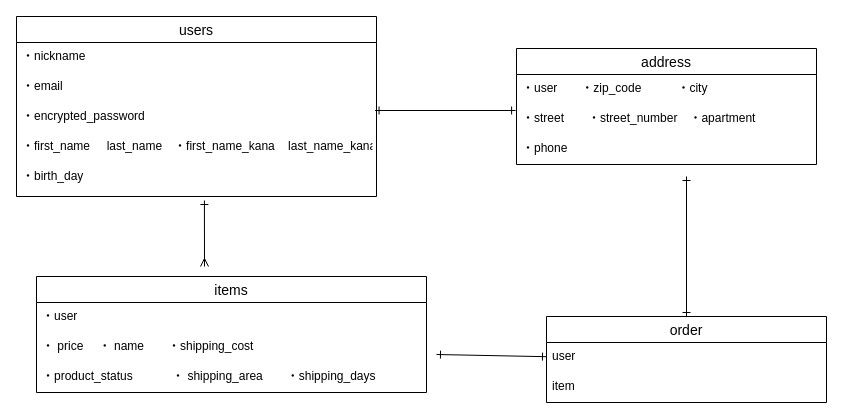
Above: test.dio in megumi04/furima-37659 (draw.io), before the change. Source tidied: cells renumbered, new cells numbered last; positions are measured from the earlier drawing's top-left corner, leaving out a move shared by most shapes. Both pictures are drawn from the tidied source at 100%, with x=0, y=0 at pixel (16, 16).
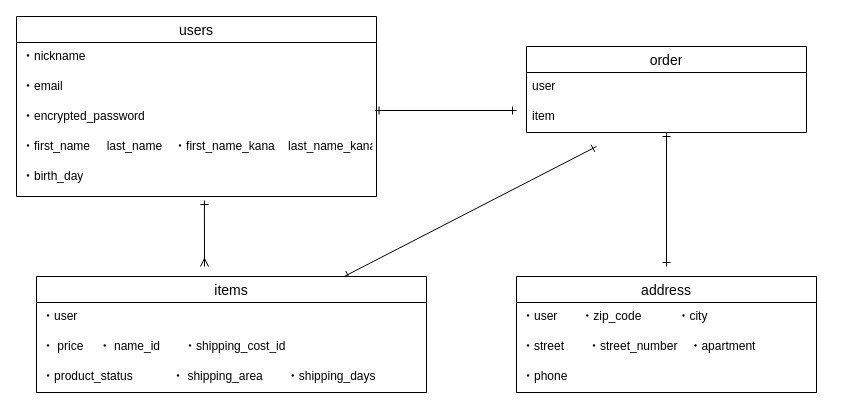
The same page after the edit.

Unchanged cells that the change refers to:
```xml
<mxCell id="4" value="・street　　・street_number　・apartment" style="text;strokeColor=none;fillColor=none;spacingLeft=4;spacingRight=4;overflow=hidden;points=[[0,0.5],[1,0.5]];portConstraint=eastwest;fontSize=12;" parent="2" vertex="1">
  <mxGeometry y="56" width="300" height="30" as="geometry" />
</mxCell>
<mxCell id="6" value="items" style="swimlane;fontStyle=0;horizontal=1;startSize=26;align=center;fontSize=14;" parent="1" vertex="1">
  <mxGeometry x="20" y="260" width="390" height="116" as="geometry" />
</mxCell>
<mxCell id="14" value="・encrypted_password" style="text;strokeColor=none;fillColor=none;spacingLeft=4;spacingRight=4;overflow=hidden;points=[[0,0.5],[1,0.5]];portConstraint=eastwest;fontSize=12;" parent="11" vertex="1">
  <mxGeometry y="86" width="360" height="30" as="geometry" />
</mxCell>
```

What changed in the source:
```diff
@@
     <mxCell id="2" value="address" style="swimlane;fontStyle=0;horizontal=1;startSize=26;align=center;fontSize=14;" parent="1" vertex="1">
-      <mxGeometry x="500" y="32" width="300" height="116" as="geometry" />
+      <mxGeometry x="500" y="260" width="300" height="116" as="geometry" />
     </mxCell>
@@
+    <mxCell id="23" style="edgeStyle=none;html=1;startArrow=ERone;startFill=0;endArrow=ERone;endFill=0;" parent="1" edge="1" source="6">
+      <mxGeometry relative="1" as="geometry">
+        <mxPoint x="580" y="130" as="targetPoint" />
+      </mxGeometry>
+    </mxCell>
@@
-    <mxCell id="8" value="・ price　 ・ name　　・shipping_cost" style="text;strokeColor=none;fillColor=none;spacingLeft=4;spacingRight=4;overflow=hidden;fontSize=12;" parent="6" vertex="1">
+    <mxCell id="8" value="・ price　 ・ name_id　　・shipping_cost_id" style="text;strokeColor=none;fillColor=none;spacingLeft=4;spacingRight=4;overflow=hidden;fontSize=12;" parent="6" vertex="1">
       <mxGeometry y="56" width="390" height="30" as="geometry" />
     </mxCell>
@@
-    <mxCell id="17" style="edgeStyle=none;html=1;startArrow=ERone;startFill=0;endArrow=ERone;endFill=0;exitX=0.996;exitY=0.267;exitDx=0;exitDy=0;entryX=-0.003;entryY=0.2;entryDx=0;entryDy=0;entryPerimeter=0;exitPerimeter=0;" parent="1" edge="1" source="14" target="4">
-      <mxGeometry relative="1" as="geometry" />
+    <mxCell id="17" style="edgeStyle=none;html=1;startArrow=ERone;startFill=0;endArrow=ERone;endFill=0;exitX=0.996;exitY=0.267;exitDx=0;exitDy=0;exitPerimeter=0;" parent="1" edge="1" source="14">
+      <mxGeometry relative="1" as="geometry">
+        <mxPoint x="500" y="94" as="targetPoint" />
+      </mxGeometry>
     </mxCell>
-    <mxCell id="18" style="edgeStyle=none;html=1;startArrow=ERone;startFill=0;endArrow=ERone;endFill=0;" parent="1" edge="1" source="20">
-      <mxGeometry relative="1" as="geometry">
-        <mxPoint x="420" y="338" as="targetPoint" />
-      </mxGeometry>
-    </mxCell>
-    <mxCell id="19" style="edgeStyle=none;html=1;startArrow=ERone;startFill=0;endArrow=ERone;endFill=0;" parent="1" edge="1" source="20">
-      <mxGeometry relative="1" as="geometry">
-        <mxPoint x="670" y="160" as="targetPoint" />
-      </mxGeometry>
-    </mxCell>
+    <mxCell id="24" style="edgeStyle=none;html=1;startArrow=ERone;startFill=0;endArrow=ERone;endFill=0;" parent="1" edge="1" source="20">
+      <mxGeometry relative="1" as="geometry">
+        <mxPoint x="650" y="250" as="targetPoint" />
+      </mxGeometry>
+    </mxCell>
     <mxCell id="20" value="order" style="swimlane;fontStyle=0;horizontal=1;startSize=26;align=center;fontSize=14;" parent="1" vertex="1">
-      <mxGeometry x="530" y="300" width="280" height="86" as="geometry" />
+      <mxGeometry x="510" y="30" width="280" height="86" as="geometry" />
     </mxCell>
```
